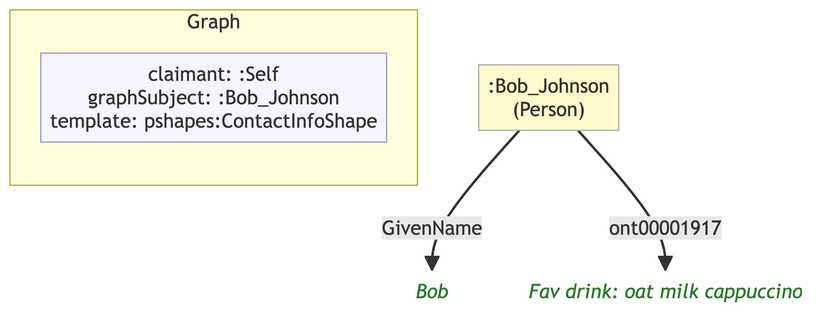
Before: example/graphs/images/graph-04.png, a diagram exported from Mermaid (MeeFoundation/mia-ontologies). Its source is kept beside it as example/graphs/images/graph-04.mmd.
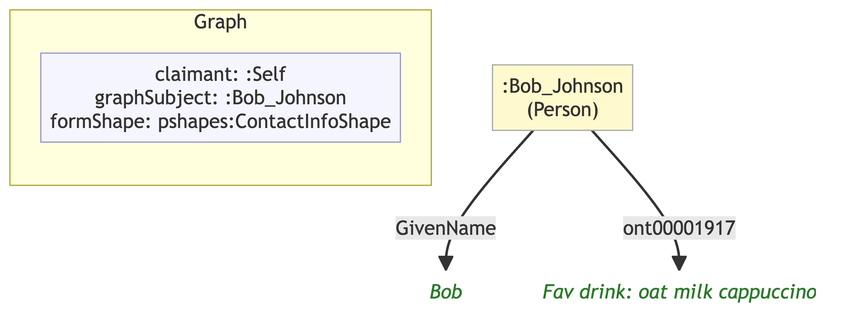
The same file after the commit.

What changed in the source:
```diff
@@ -7,12 +7,12 @@
 
     subgraph ctx["Graph"]
         direction LR
-        ctx_meta["claimant: :Self\ngraphSubject: :Bob_Johnson\ntemplate: pshapes:ContactInfoShape"]:::meta
+        ctx_meta["claimant: :Self\ngraphSubject: :Bob_Johnson\nformShape: pshapes:ContactInfoShape"]:::meta
     end
 
-    n166b15bd501b[":Bob_Johnson\n(Person)"]:::person
-    nf769cc3a5c07("Bob"):::lit
-    n171a16ffce3f("Fav drink: oat milk cappuccino"):::lit
+    ncec7d6304e56[":Bob_Johnson\n(Person)"]:::person
+    nc699005ade29("Bob"):::lit
+    n598ff7db2e03("Fav drink: oat milk cappuccino"):::lit
 
-    n166b15bd501b -->|"GivenName"| nf769cc3a5c07
-    n166b15bd501b -->|"ont00001917"| n171a16ffce3f
+    ncec7d6304e56 -->|"GivenName"| nc699005ade29
+    ncec7d6304e56 -->|"ont00001917"| n598ff7db2e03
```
